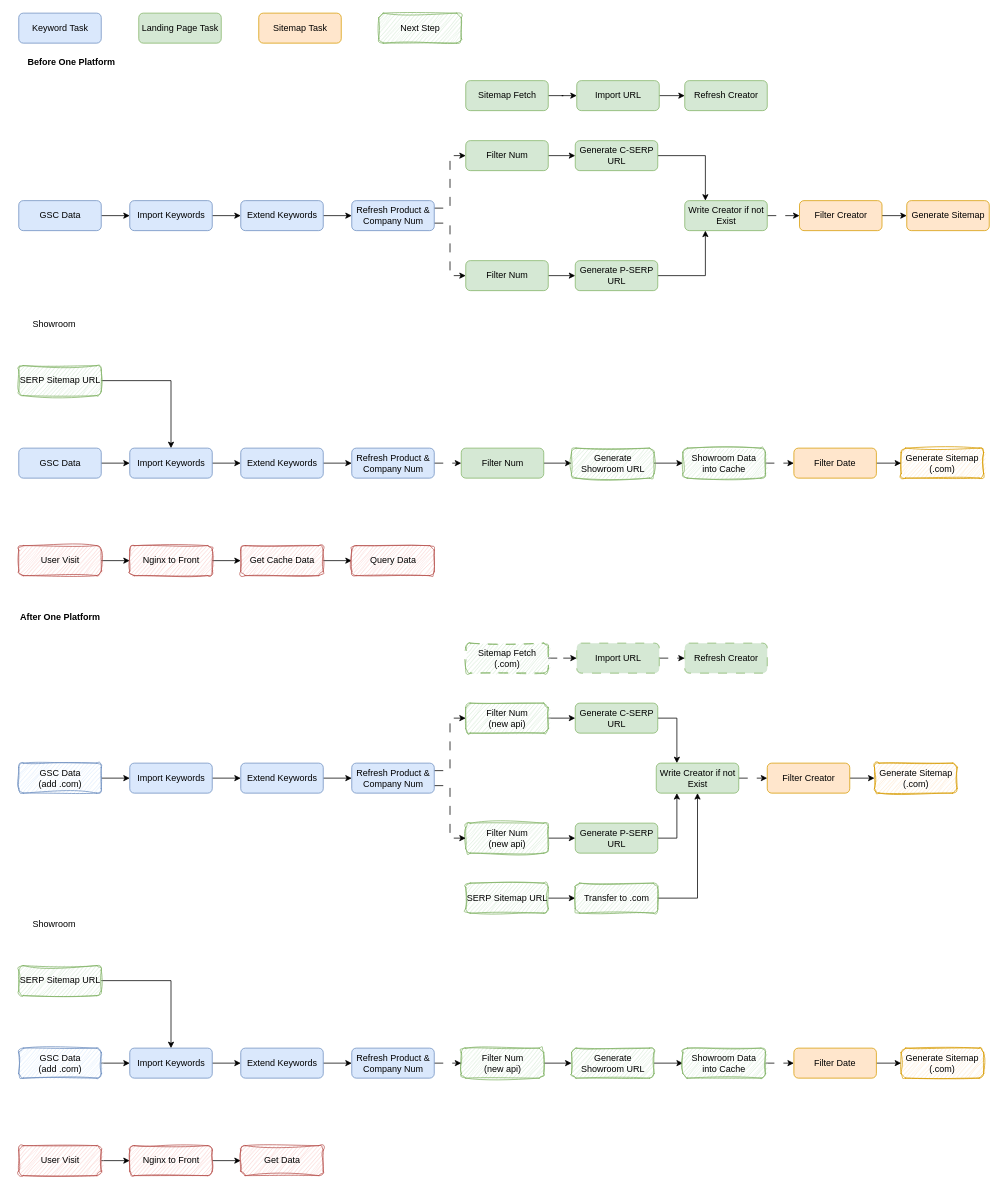
Above: drawio/ep_sitemap.drawio in VisableHarry/seo-drawio (draw.io), before the change. Source tidied: cells renumbered, new cells numbered last; positions are measured from the earlier drawing's top-left corner, leaving out a move shared by most shapes. Both pictures are drawn from the tidied source at 75%, with x=0, y=0 at pixel (13, 13).
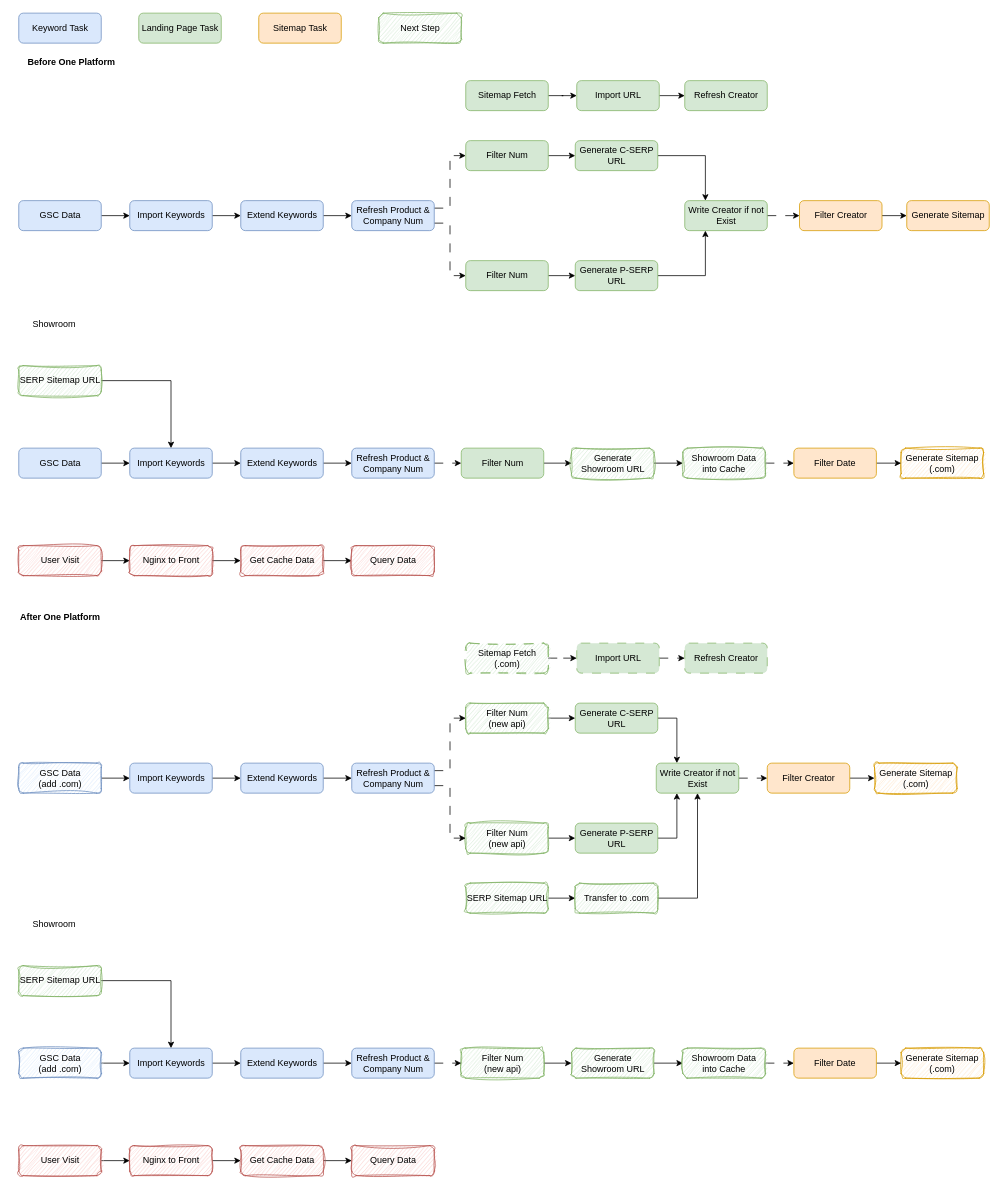
The same diagram, later.

The change refers to these unchanged cells:
```xml
<mxCell id="88" value="Nginx to Front" style="rounded=1;whiteSpace=wrap;html=1;fillColor=#f8cecc;strokeColor=#b85450;sketch=1;curveFitting=1;jiggle=2;" parent="1" vertex="1">
  <mxGeometry x="155.5" y="1510" width="110" height="40" as="geometry" />
</mxCell>
```

What changed in the source:
```diff
@@
-    <mxCell id="87" style="edgeStyle=orthogonalEdgeStyle;rounded=0;jettySize=auto;html=1;exitX=1;exitY=0.5;exitDx=0;exitDy=0;entryX=0;entryY=0.5;entryDx=0;entryDy=0;" parent="1" edge="1" source="88" target="89">
-      <mxGeometry relative="1" as="geometry" />
+    <mxCell id="87" style="edgeStyle=orthogonalEdgeStyle;rounded=0;jettySize=auto;html=1;exitX=1;exitY=0.5;exitDx=0;exitDy=0;entryX=0;entryY=0.5;entryDx=0;entryDy=0;" parent="1" edge="1" source="88">
+      <mxGeometry relative="1" as="geometry">
+        <mxPoint x="303.5" y="1530" as="targetPoint" />
+      </mxGeometry>
     </mxCell>
@@
-    <mxCell id="89" value="Get Data" style="rounded=1;whiteSpace=wrap;html=1;fillColor=#f8cecc;strokeColor=#b85450;sketch=1;curveFitting=1;jiggle=2;" parent="1" vertex="1">
-      <mxGeometry x="303.5" y="1510" width="110" height="40" as="geometry" />
-    </mxCell>
@@
+    <mxCell id="118" style="edgeStyle=orthogonalEdgeStyle;rounded=0;jettySize=auto;html=1;exitX=1;exitY=0.5;exitDx=0;exitDy=0;entryX=0;entryY=0.5;entryDx=0;entryDy=0;" parent="1" edge="1" source="119" target="120">
+      <mxGeometry relative="1" as="geometry" />
+    </mxCell>
+    <mxCell id="119" value="Get Cache Data" style="rounded=1;whiteSpace=wrap;html=1;fillColor=#f8cecc;strokeColor=#b85450;sketch=1;curveFitting=1;jiggle=2;" parent="1" vertex="1">
+      <mxGeometry x="303.5" y="1510" width="110" height="40" as="geometry" />
+    </mxCell>
+    <mxCell id="120" value="Query Data" style="rounded=1;whiteSpace=wrap;html=1;fillColor=#f8cecc;strokeColor=#b85450;sketch=1;curveFitting=1;jiggle=2;" parent="1" vertex="1">
+      <mxGeometry x="451.5" y="1510" width="110" height="40" as="geometry" />
+    </mxCell>
```
